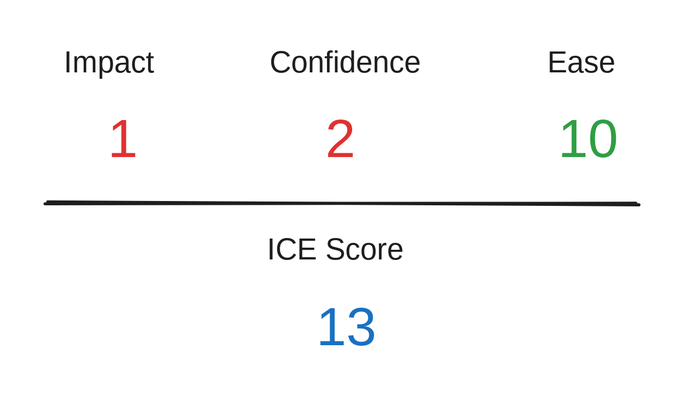
The Excalidraw diagram .gitbook/assets/file.excalidraw (3).svg in iphong/pf-docs, before a commit. Source tidied: one line per element, renumbered; positions are measured from the earlier drawing's top-left corner, leaving out a move shared by most shapes. The source it was exported from:
```json
{"id": 0, "type": "line", "strokeColor": "#1e1e1e", "strokeWidth": 2, "roughness": 1, "round": true, "x": 0, "y": 106, "width": 394, "height": 0, "points": [[0, 0], [394, 0]]}
{"id": 1, "type": "text", "text": "Impact", "strokeColor": "#1e1e1e", "strokeWidth": 2, "roughness": 1, "fontSize": 20, "fontFamily": 1, "x": 12, "y": 0, "width": 68, "height": 25}
{"id": 2, "type": "text", "text": "Confidence", "strokeColor": "#1e1e1e", "strokeWidth": 2, "roughness": 1, "fontSize": 20, "fontFamily": 1, "x": 149, "y": 0, "width": 100, "height": 25}
{"id": 3, "type": "text", "text": "Ease", "strokeColor": "#1e1e1e", "strokeWidth": 2, "roughness": 1, "fontSize": 20, "fontFamily": 1, "x": 334, "y": 0, "width": 49, "height": 25}
{"id": 4, "type": "text", "text": "1", "strokeColor": "#e03131", "strokeWidth": 2, "roughness": 1, "fontSize": 36, "fontFamily": 1, "x": 41, "y": 42, "width": 10, "height": 45}
{"id": 5, "type": "text", "text": "2", "strokeColor": "#e03131", "strokeWidth": 2, "roughness": 1, "fontSize": 36, "fontFamily": 1, "x": 186, "y": 42, "width": 26, "height": 45}
{"id": 6, "type": "text", "text": "10", "strokeColor": "#2f9e44", "strokeWidth": 2, "roughness": 1, "fontSize": 36, "fontFamily": 1, "x": 341, "y": 42, "width": 35, "height": 45}
{"id": 7, "type": "text", "text": "ICE Score", "strokeColor": "#1e1e1e", "strokeWidth": 2, "roughness": 1, "fontSize": 20, "fontFamily": 1, "x": 147, "y": 124, "width": 100, "height": 25}
{"id": 8, "type": "text", "text": "13", "strokeColor": "#1971c2", "strokeWidth": 2, "roughness": 1, "fontSize": 36, "fontFamily": 1, "x": 180, "y": 167, "width": 34, "height": 45}
```
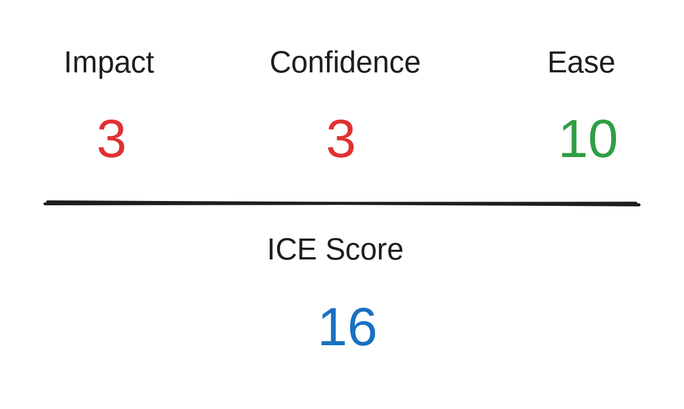
Above is the later version.

What changed in the source:
```diff
@@ -2,8 +2,8 @@
 {"id": 1, "type": "text", "text": "Impact", "strokeColor": "#1e1e1e", "strokeWidth": 2, "roughness": 1, "fontSize": 20, "fontFamily": 1, "x": 12, "y": 0, "width": 68, "height": 25}
 {"id": 2, "type": "text", "text": "Confidence", "strokeColor": "#1e1e1e", "strokeWidth": 2, "roughness": 1, "fontSize": 20, "fontFamily": 1, "x": 149, "y": 0, "width": 100, "height": 25}
 {"id": 3, "type": "text", "text": "Ease", "strokeColor": "#1e1e1e", "strokeWidth": 2, "roughness": 1, "fontSize": 20, "fontFamily": 1, "x": 334, "y": 0, "width": 49, "height": 25}
-{"id": 4, "type": "text", "text": "1", "strokeColor": "#e03131", "strokeWidth": 2, "roughness": 1, "fontSize": 36, "fontFamily": 1, "x": 41, "y": 42, "width": 10, "height": 45}
+{"id": 4, "type": "text", "text": "3", "strokeColor": "#e03131", "strokeWidth": 2, "roughness": 1, "fontSize": 36, "fontFamily": 1, "x": 34, "y": 42, "width": 25, "height": 45}
-{"id": 5, "type": "text", "text": "2", "strokeColor": "#e03131", "strokeWidth": 2, "roughness": 1, "fontSize": 36, "fontFamily": 1, "x": 186, "y": 42, "width": 26, "height": 45}
+{"id": 5, "type": "text", "text": "3", "strokeColor": "#e03131", "strokeWidth": 2, "roughness": 1, "fontSize": 36, "fontFamily": 1, "x": 187, "y": 42, "width": 25, "height": 45}
 {"id": 6, "type": "text", "text": "10", "strokeColor": "#2f9e44", "strokeWidth": 2, "roughness": 1, "fontSize": 36, "fontFamily": 1, "x": 341, "y": 42, "width": 35, "height": 45}
 {"id": 7, "type": "text", "text": "ICE Score", "strokeColor": "#1e1e1e", "strokeWidth": 2, "roughness": 1, "fontSize": 20, "fontFamily": 1, "x": 147, "y": 124, "width": 100, "height": 25}
-{"id": 8, "type": "text", "text": "13", "strokeColor": "#1971c2", "strokeWidth": 2, "roughness": 1, "fontSize": 36, "fontFamily": 1, "x": 180, "y": 167, "width": 34, "height": 45}
+{"id": 8, "type": "text", "text": "16", "strokeColor": "#1971c2", "strokeWidth": 2, "roughness": 1, "fontSize": 36, "fontFamily": 1, "x": 181, "y": 167, "width": 33, "height": 45}
```
